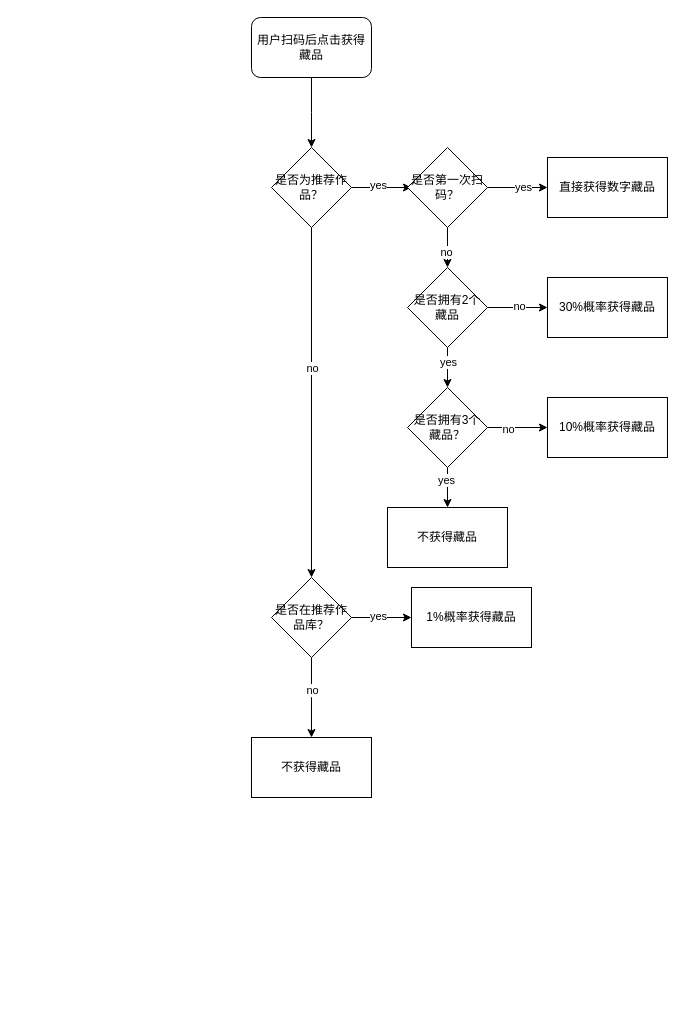
The draw.io diagram page "第 2 页" (2 of 3) of 未命名绘图.drawio in Drafffffff/tmp, before the edit. Source tidied: cells renumbered, new cells numbered last; positions are measured from the earlier drawing's top-left corner, leaving out a move shared by most shapes. Both pictures are drawn from the tidied source at 100%, with x=0, y=0 at pixel (251, 17).
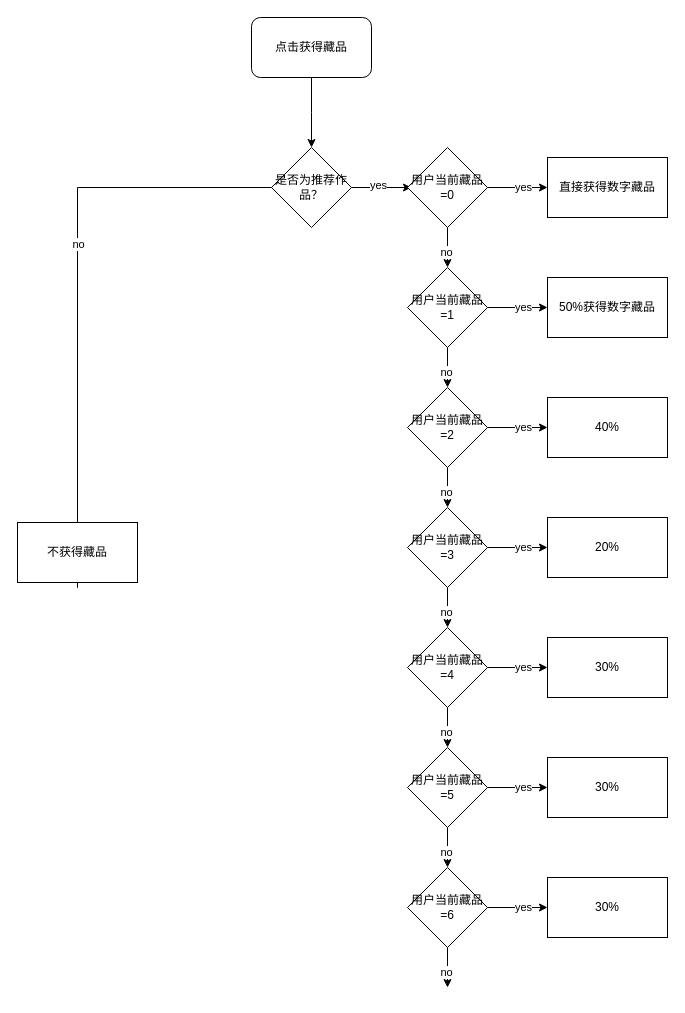
The same page after the edit.

The change refers to these unchanged cells:
```xml
<mxCell id="8" value="是否为推荐作品？" style="rhombus;whiteSpace=wrap;html=1;" parent="1" vertex="1">
  <mxGeometry x="20" y="130" width="80" height="80" as="geometry" />
</mxCell>
```

What changed in the source:
```diff
@@
-    <mxCell id="3" value="用户扫码后点击获得藏品" style="rounded=1;whiteSpace=wrap;html=1;" parent="1" vertex="1">
+    <mxCell id="3" value="点击获得藏品" style="rounded=1;whiteSpace=wrap;html=1;" parent="1" vertex="1">
       <mxGeometry width="120" height="60" as="geometry" />
     </mxCell>
@@
-    <mxCell id="6" style="edgeStyle=orthogonalEdgeStyle;rounded=0;jettySize=auto;html=1;" parent="1" edge="1" source="8" target="13">
-      <mxGeometry relative="1" as="geometry" />
+    <mxCell id="6" style="edgeStyle=orthogonalEdgeStyle;rounded=0;jettySize=auto;html=1;entryX=0.5;entryY=0;entryDx=0;entryDy=0;" parent="1" edge="1" source="8" target="34">
+      <mxGeometry relative="1" as="geometry">
+        <Array as="points">
+          <mxPoint x="-174" y="170" />
+          <mxPoint x="-174" y="570" />
+        </Array>
+      </mxGeometry>
     </mxCell>
@@
-    <mxCell id="9" style="edgeStyle=orthogonalEdgeStyle;rounded=0;jettySize=auto;html=1;" parent="1" edge="1" source="13" target="33">
-      <mxGeometry relative="1" as="geometry" />
-    </mxCell>
-    <mxCell id="10" value="yes" style="edgeLabel;html=1;align=center;verticalAlign=middle;" parent="9" vertex="1">
-      <mxGeometry x="-0.13" y="2" relative="1" as="geometry" />
-    </mxCell>
-    <mxCell id="11" style="edgeStyle=orthogonalEdgeStyle;rounded=0;jettySize=auto;html=1;" parent="1" edge="1" source="13">
-      <mxGeometry relative="1" as="geometry">
-        <mxPoint x="60" y="720" as="targetPoint" />
-      </mxGeometry>
-    </mxCell>
-    <mxCell id="12" value="no" style="edgeLabel;html=1;align=center;verticalAlign=middle;" parent="11" vertex="1">
-      <mxGeometry x="-0.21" relative="1" as="geometry" />
-    </mxCell>
-    <mxCell id="13" value="是否在推荐作品库？" style="rhombus;whiteSpace=wrap;html=1;" parent="1" vertex="1">
-      <mxGeometry x="20" y="560" width="80" height="80" as="geometry" />
-    </mxCell>
@@
-    <mxCell id="18" value="是否第一次扫码？" style="rhombus;whiteSpace=wrap;html=1;" parent="1" vertex="1">
+    <mxCell id="18" value="用户当前藏品=0" style="rhombus;whiteSpace=wrap;html=1;" parent="1" vertex="1">
       <mxGeometry x="156" y="130" width="80" height="80" as="geometry" />
     </mxCell>
@@
-    <mxCell id="20" style="edgeStyle=orthogonalEdgeStyle;rounded=0;jettySize=auto;html=1;" parent="1" edge="1" source="24">
-      <mxGeometry relative="1" as="geometry">
-        <mxPoint x="296" y="290" as="targetPoint" />
-      </mxGeometry>
-    </mxCell>
-    <mxCell id="21" value="no" style="edgeLabel;html=1;align=center;verticalAlign=middle;" parent="20" vertex="1">
-      <mxGeometry x="0.06" y="2" relative="1" as="geometry" />
-    </mxCell>
-    <mxCell id="22" style="edgeStyle=orthogonalEdgeStyle;rounded=0;jettySize=auto;html=1;" parent="1" edge="1" source="24" target="30">
-      <mxGeometry relative="1" as="geometry" />
-    </mxCell>
-    <mxCell id="23" value="yes" style="edgeLabel;html=1;align=center;verticalAlign=middle;" parent="22" vertex="1">
-      <mxGeometry x="-0.98" y="1" relative="1" as="geometry">
-        <mxPoint x="-1" y="14" as="offset" />
-      </mxGeometry>
-    </mxCell>
-    <mxCell id="24" value="是否拥有2个藏品" style="rhombus;whiteSpace=wrap;html=1;" parent="1" vertex="1">
-      <mxGeometry x="156" y="250" width="80" height="80" as="geometry" />
-    </mxCell>
-    <mxCell id="25" value="30%概率获得藏品" style="whiteSpace=wrap;html=1;" parent="1" vertex="1">
-      <mxGeometry x="296" y="260" width="120" height="60" as="geometry" />
-    </mxCell>
-    <mxCell id="26" style="edgeStyle=orthogonalEdgeStyle;rounded=0;jettySize=auto;html=1;" parent="1" edge="1" source="30" target="31">
-      <mxGeometry relative="1" as="geometry" />
-    </mxCell>
-    <mxCell id="27" value="no" style="edgeLabel;html=1;align=center;verticalAlign=middle;" parent="26" vertex="1">
-      <mxGeometry x="-0.32" y="-1" relative="1" as="geometry" />
-    </mxCell>
-    <mxCell id="28" style="edgeStyle=orthogonalEdgeStyle;rounded=0;jettySize=auto;html=1;" parent="1" edge="1" source="30" target="32">
-      <mxGeometry relative="1" as="geometry" />
-    </mxCell>
-    <mxCell id="29" value="yes" style="edgeLabel;html=1;align=center;verticalAlign=middle;" parent="28" vertex="1">
-      <mxGeometry x="-0.38" y="-2" relative="1" as="geometry" />
-    </mxCell>
-    <mxCell id="30" value="是否拥有3个藏品？" style="rhombus;whiteSpace=wrap;html=1;" parent="1" vertex="1">
-      <mxGeometry x="156" y="370" width="80" height="80" as="geometry" />
-    </mxCell>
-    <mxCell id="31" value="10%概率获得藏品" style="whiteSpace=wrap;html=1;" parent="1" vertex="1">
-      <mxGeometry x="296" y="380" width="120" height="60" as="geometry" />
-    </mxCell>
-    <mxCell id="32" value="不获得藏品" style="whiteSpace=wrap;html=1;" parent="1" vertex="1">
-      <mxGeometry x="136" y="490" width="120" height="60" as="geometry" />
-    </mxCell>
-    <mxCell id="33" value="1%概率获得藏品" style="whiteSpace=wrap;html=1;" parent="1" vertex="1">
-      <mxGeometry x="160" y="570" width="120" height="60" as="geometry" />
-    </mxCell>
     <mxCell id="34" value="不获得藏品" style="whiteSpace=wrap;html=1;" parent="1" vertex="1">
-      <mxGeometry y="720" width="120" height="60" as="geometry" />
+      <mxGeometry x="-234" y="505" width="120" height="60" as="geometry" />
     </mxCell>
+    <mxCell id="35" style="edgeStyle=orthogonalEdgeStyle;rounded=0;jettySize=auto;html=1;" parent="1" edge="1" source="39" target="40">
+      <mxGeometry relative="1" as="geometry" />
+    </mxCell>
+    <mxCell id="36" value="yes" style="edgeLabel;html=1;align=center;verticalAlign=middle;" parent="35" vertex="1">
+      <mxGeometry x="0.17" y="1" relative="1" as="geometry" />
+    </mxCell>
+    <mxCell id="37" style="edgeStyle=orthogonalEdgeStyle;rounded=0;jettySize=auto;html=1;" parent="1" edge="1" source="39">
+      <mxGeometry relative="1" as="geometry">
+        <mxPoint x="196" y="370" as="targetPoint" />
+      </mxGeometry>
+    </mxCell>
+    <mxCell id="38" value="no" style="edgeLabel;html=1;align=center;verticalAlign=middle;" parent="37" vertex="1">
+      <mxGeometry x="0.25" y="-2" relative="1" as="geometry" />
+    </mxCell>
+    <mxCell id="39" value="用户当前藏品=1" style="rhombus;whiteSpace=wrap;html=1;" parent="1" vertex="1">
+      <mxGeometry x="156" y="250" width="80" height="80" as="geometry" />
+    </mxCell>
+    <mxCell id="40" value="50%获得数字藏品" style="whiteSpace=wrap;html=1;" parent="1" vertex="1">
+      <mxGeometry x="296" y="260" width="120" height="60" as="geometry" />
+    </mxCell>
+    <mxCell id="41" style="edgeStyle=orthogonalEdgeStyle;rounded=0;jettySize=auto;html=1;" parent="1" edge="1" source="45" target="46">
+      <mxGeometry relative="1" as="geometry" />
+    </mxCell>
+    <mxCell id="42" value="yes" style="edgeLabel;html=1;align=center;verticalAlign=middle;" parent="41" vertex="1">
+      <mxGeometry x="0.17" y="1" relative="1" as="geometry" />
+    </mxCell>
+    <mxCell id="43" style="edgeStyle=orthogonalEdgeStyle;rounded=0;jettySize=auto;html=1;" parent="1" edge="1" source="45">
+      <mxGeometry relative="1" as="geometry">
+        <mxPoint x="196" y="490" as="targetPoint" />
+      </mxGeometry>
+    </mxCell>
+    <mxCell id="44" value="no" style="edgeLabel;html=1;align=center;verticalAlign=middle;" parent="43" vertex="1">
+      <mxGeometry x="0.25" y="-2" relative="1" as="geometry" />
+    </mxCell>
+    <mxCell id="45" value="用户当前藏品=2" style="rhombus;whiteSpace=wrap;html=1;" parent="1" vertex="1">
+      <mxGeometry x="156" y="370" width="80" height="80" as="geometry" />
+    </mxCell>
+    <mxCell id="46" value="40%" style="whiteSpace=wrap;html=1;" parent="1" vertex="1">
+      <mxGeometry x="296" y="380" width="120" height="60" as="geometry" />
+    </mxCell>
+    <mxCell id="47" style="edgeStyle=orthogonalEdgeStyle;rounded=0;jettySize=auto;html=1;" parent="1" edge="1" source="51" target="52">
+      <mxGeometry relative="1" as="geometry" />
+    </mxCell>
+    <mxCell id="48" value="yes" style="edgeLabel;html=1;align=center;verticalAlign=middle;" parent="47" vertex="1">
+      <mxGeometry x="0.17" y="1" relative="1" as="geometry" />
+    </mxCell>
+    <mxCell id="49" style="edgeStyle=orthogonalEdgeStyle;rounded=0;jettySize=auto;html=1;" parent="1" edge="1" source="51">
+      <mxGeometry relative="1" as="geometry">
+        <mxPoint x="196" y="610" as="targetPoint" />
+      </mxGeometry>
+    </mxCell>
+    <mxCell id="50" value="no" style="edgeLabel;html=1;align=center;verticalAlign=middle;" parent="49" vertex="1">
+      <mxGeometry x="0.25" y="-2" relative="1" as="geometry" />
+    </mxCell>
+    <mxCell id="51" value="用户当前藏品=3" style="rhombus;whiteSpace=wrap;html=1;" parent="1" vertex="1">
+      <mxGeometry x="156" y="490" width="80" height="80" as="geometry" />
+    </mxCell>
+    <mxCell id="52" value="20%" style="whiteSpace=wrap;html=1;" parent="1" vertex="1">
+      <mxGeometry x="296" y="500" width="120" height="60" as="geometry" />
+    </mxCell>
+    <mxCell id="53" style="edgeStyle=orthogonalEdgeStyle;rounded=0;jettySize=auto;html=1;" parent="1" edge="1" source="57" target="58">
+      <mxGeometry relative="1" as="geometry" />
+    </mxCell>
+    <mxCell id="54" value="yes" style="edgeLabel;html=1;align=center;verticalAlign=middle;" parent="53" vertex="1">
+      <mxGeometry x="0.17" y="1" relative="1" as="geometry" />
+    </mxCell>
+    <mxCell id="55" style="edgeStyle=orthogonalEdgeStyle;rounded=0;jettySize=auto;html=1;" parent="1" edge="1" source="57">
+      <mxGeometry relative="1" as="geometry">
+        <mxPoint x="196" y="730" as="targetPoint" />
+      </mxGeometry>
+    </mxCell>
+    <mxCell id="56" value="no" style="edgeLabel;html=1;align=center;verticalAlign=middle;" parent="55" vertex="1">
+      <mxGeometry x="0.25" y="-2" relative="1" as="geometry" />
+    </mxCell>
+    <mxCell id="57" value="用户当前藏品=4" style="rhombus;whiteSpace=wrap;html=1;" parent="1" vertex="1">
+      <mxGeometry x="156" y="610" width="80" height="80" as="geometry" />
+    </mxCell>
+    <mxCell id="58" value="30%" style="whiteSpace=wrap;html=1;" parent="1" vertex="1">
+      <mxGeometry x="296" y="620" width="120" height="60" as="geometry" />
+    </mxCell>
+    <mxCell id="59" style="edgeStyle=orthogonalEdgeStyle;rounded=0;jettySize=auto;html=1;" parent="1" edge="1" source="63" target="64">
+      <mxGeometry relative="1" as="geometry" />
+    </mxCell>
+    <mxCell id="60" value="yes" style="edgeLabel;html=1;align=center;verticalAlign=middle;" parent="59" vertex="1">
+      <mxGeometry x="0.17" y="1" relative="1" as="geometry" />
+    </mxCell>
+    <mxCell id="61" style="edgeStyle=orthogonalEdgeStyle;rounded=0;jettySize=auto;html=1;" parent="1" edge="1" source="63">
+      <mxGeometry relative="1" as="geometry">
+        <mxPoint x="196" y="850" as="targetPoint" />
+      </mxGeometry>
+    </mxCell>
+    <mxCell id="62" value="no" style="edgeLabel;html=1;align=center;verticalAlign=middle;" parent="61" vertex="1">
+      <mxGeometry x="0.25" y="-2" relative="1" as="geometry" />
+    </mxCell>
+    <mxCell id="63" value="用户当前藏品=5" style="rhombus;whiteSpace=wrap;html=1;" parent="1" vertex="1">
+      <mxGeometry x="156" y="730" width="80" height="80" as="geometry" />
+    </mxCell>
+    <mxCell id="64" value="30%" style="whiteSpace=wrap;html=1;" parent="1" vertex="1">
+      <mxGeometry x="296" y="740" width="120" height="60" as="geometry" />
+    </mxCell>
+    <mxCell id="65" style="edgeStyle=orthogonalEdgeStyle;rounded=0;jettySize=auto;html=1;" parent="1" edge="1" source="69" target="70">
+      <mxGeometry relative="1" as="geometry" />
+    </mxCell>
+    <mxCell id="66" value="yes" style="edgeLabel;html=1;align=center;verticalAlign=middle;" parent="65" vertex="1">
+      <mxGeometry x="0.17" y="1" relative="1" as="geometry" />
+    </mxCell>
+    <mxCell id="67" style="edgeStyle=orthogonalEdgeStyle;rounded=0;jettySize=auto;html=1;" parent="1" edge="1" source="69">
+      <mxGeometry relative="1" as="geometry">
+        <mxPoint x="196" y="970" as="targetPoint" />
+      </mxGeometry>
+    </mxCell>
+    <mxCell id="68" value="no" style="edgeLabel;html=1;align=center;verticalAlign=middle;" parent="67" vertex="1">
+      <mxGeometry x="0.25" y="-2" relative="1" as="geometry" />
+    </mxCell>
+    <mxCell id="69" value="用户当前藏品=6" style="rhombus;whiteSpace=wrap;html=1;" parent="1" vertex="1">
+      <mxGeometry x="156" y="850" width="80" height="80" as="geometry" />
+    </mxCell>
+    <mxCell id="70" value="30%" style="whiteSpace=wrap;html=1;" parent="1" vertex="1">
+      <mxGeometry x="296" y="860" width="120" height="60" as="geometry" />
+    </mxCell>
```
